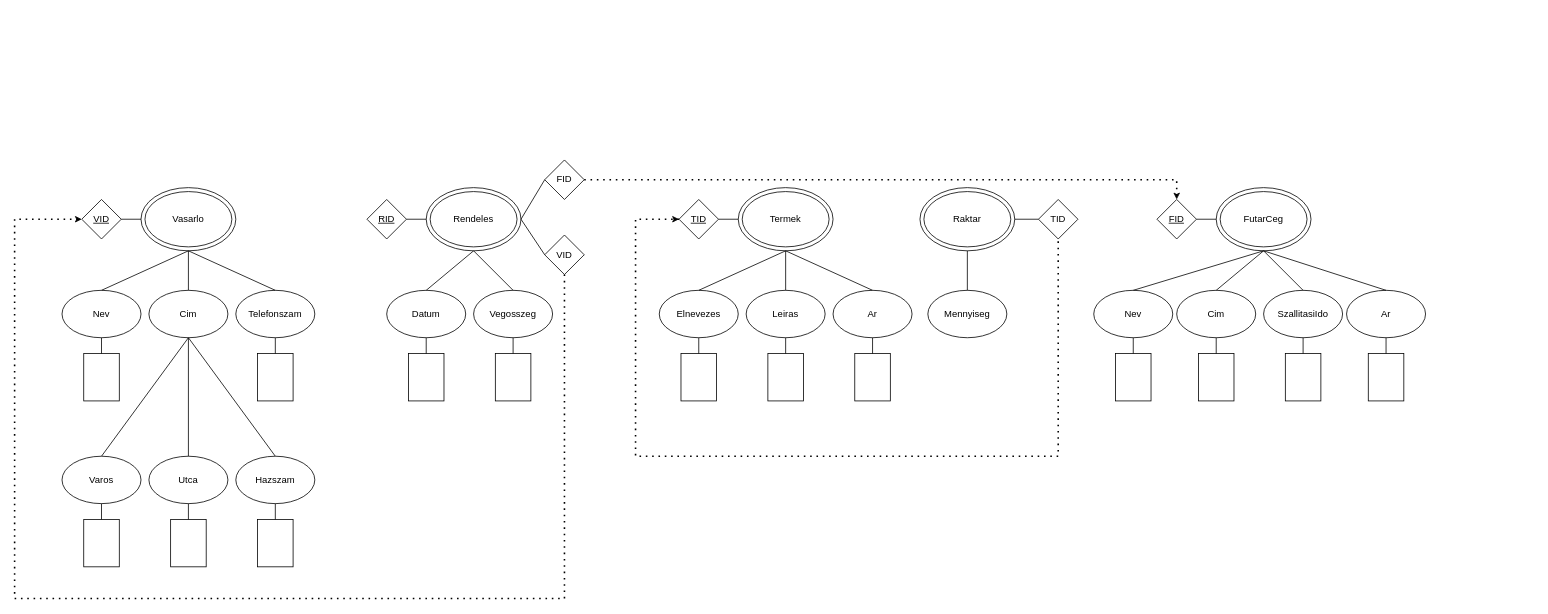
Above: XMLTaskTRNA8A/TRNA8AXDM.drawio in KKrisztofer/TRNA8A_XMLGyak (draw.io), before the change. Source tidied: cells renumbered, new cells numbered last; positions are measured from the earlier drawing's top-left corner, leaving out a move shared by most shapes. Both pictures are drawn from the tidied source at 79%, with x=0, y=0 at pixel (14, 160).
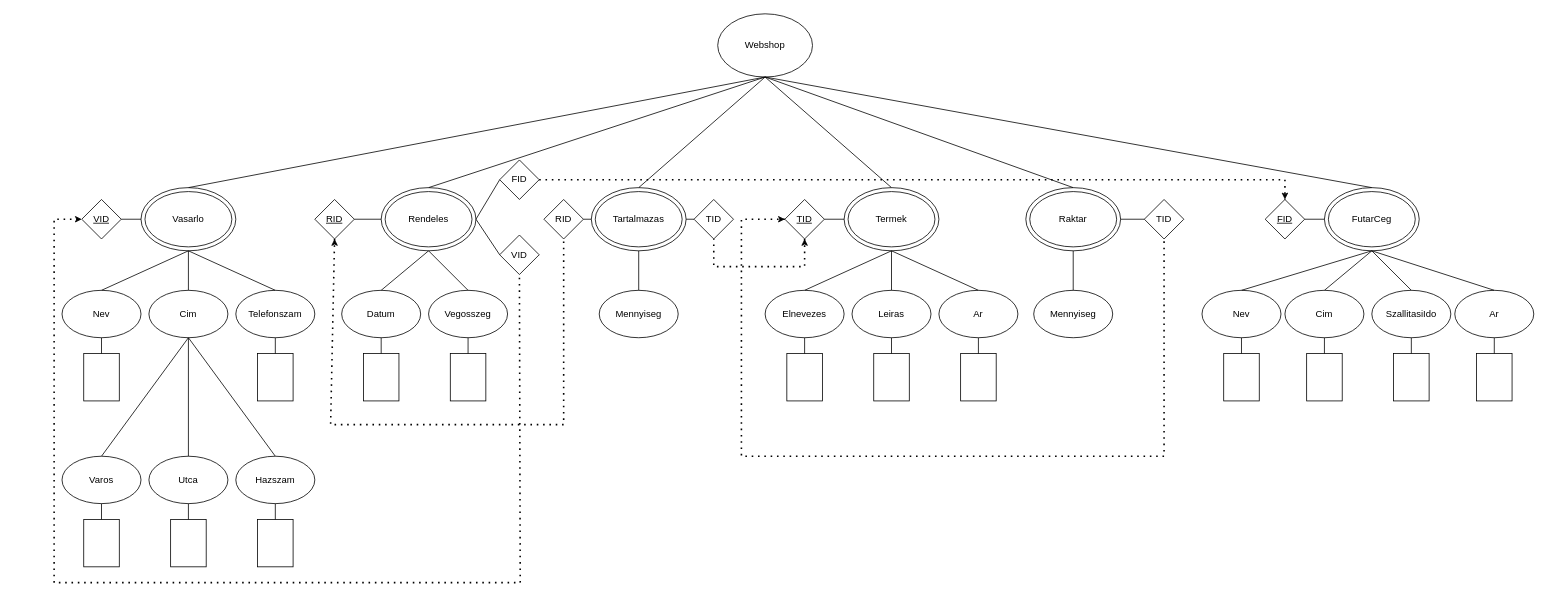
Above is the later version.

Unchanged cells that the change refers to:
```xml
<mxCell id="3" style="ellipse;whiteSpace=wrap;html=1;" parent="2" vertex="1">
  <mxGeometry width="120" height="80" as="geometry" />
</mxCell>
<mxCell id="30" style="ellipse;whiteSpace=wrap;html=1;" parent="29" vertex="1">
  <mxGeometry width="120" height="80" as="geometry" />
</mxCell>
<mxCell id="47" style="ellipse;whiteSpace=wrap;html=1;" parent="46" vertex="1">
  <mxGeometry width="120" height="80" as="geometry" />
</mxCell>
<mxCell id="62" style="ellipse;whiteSpace=wrap;html=1;" parent="61" vertex="1">
  <mxGeometry width="120" height="80" as="geometry" />
</mxCell>
<mxCell id="83" style="ellipse;whiteSpace=wrap;html=1;" parent="82" vertex="1">
  <mxGeometry width="120" height="80" as="geometry" />
</mxCell>
```

Diff of the diagram source:
```diff
@@
     <mxCell id="29" style="group;" parent="1" vertex="1">
-      <mxGeometry x="916" y="35" width="120" height="80" as="geometry" />
+      <mxGeometry x="1050" y="35" width="120" height="80" as="geometry" />
     </mxCell>
@@
     <mxCell id="32" value="Elnevezes" style="ellipse;whiteSpace=wrap;html=1;" parent="1" vertex="1">
-      <mxGeometry x="816" y="165" width="100" height="60" as="geometry" />
+      <mxGeometry x="950" y="165" width="100" height="60" as="geometry" />
     </mxCell>
     <mxCell id="33" value="Leiras" style="ellipse;whiteSpace=wrap;html=1;" parent="1" vertex="1">
-      <mxGeometry x="926" y="165" width="100" height="60" as="geometry" />
+      <mxGeometry x="1060" y="165" width="100" height="60" as="geometry" />
     </mxCell>
     <mxCell id="34" value="Ar" style="ellipse;whiteSpace=wrap;html=1;" parent="1" vertex="1">
-      <mxGeometry x="1036" y="165" width="100" height="60" as="geometry" />
+      <mxGeometry x="1170" y="165" width="100" height="60" as="geometry" />
     </mxCell>
     <mxCell id="35" style="endArrow=none;html=1;rounded=0;exitX=0.5;exitY=0;exitDx=0;exitDy=0;" parent="1" edge="1" source="32">
       <mxGeometry relative="1" as="geometry">
-        <mxPoint x="976" y="115" as="targetPoint" />
+        <mxPoint x="1110" y="115" as="targetPoint" />
       </mxGeometry>
     </mxCell>
     <mxCell id="36" style="endArrow=none;html=1;rounded=0;exitX=0.5;exitY=0;exitDx=0;exitDy=0;" parent="1" edge="1" source="33">
       <mxGeometry relative="1" as="geometry">
-        <mxPoint x="976" y="115" as="targetPoint" />
+        <mxPoint x="1110" y="115" as="targetPoint" />
       </mxGeometry>
     </mxCell>
     <mxCell id="37" style="endArrow=none;html=1;rounded=0;exitX=0.5;exitY=0;exitDx=0;exitDy=0;" parent="1" edge="1" source="34">
       <mxGeometry relative="1" as="geometry">
-        <mxPoint x="976" y="115" as="targetPoint" />
+        <mxPoint x="1110" y="115" as="targetPoint" />
       </mxGeometry>
     </mxCell>
     <mxCell id="38" value="TID" style="rhombus;whiteSpace=wrap;html=1;fontStyle=4;" parent="1" vertex="1">
-      <mxGeometry x="841" y="50" width="50" height="50" as="geometry" />
+      <mxGeometry x="975" y="50" width="50" height="50" as="geometry" />
     </mxCell>
@@
     <mxCell id="40" style="rounded=0;whiteSpace=wrap;html=1;" parent="1" vertex="1">
-      <mxGeometry x="843.5" y="245" width="45" height="60" as="geometry" />
+      <mxGeometry x="977.5" y="245" width="45" height="60" as="geometry" />
     </mxCell>
     <mxCell id="41" style="rounded=0;whiteSpace=wrap;html=1;" parent="1" vertex="1">
-      <mxGeometry x="1063.5" y="245" width="45" height="60" as="geometry" />
+      <mxGeometry x="1197.5" y="245" width="45" height="60" as="geometry" />
     </mxCell>
@@
     <mxCell id="44" style="rounded=0;whiteSpace=wrap;html=1;" parent="1" vertex="1">
-      <mxGeometry x="953.5" y="245" width="45" height="60" as="geometry" />
+      <mxGeometry x="1087.5" y="245" width="45" height="60" as="geometry" />
     </mxCell>
@@
     <mxCell id="46" style="group;" parent="1" vertex="1">
-      <mxGeometry x="521" y="35" width="120" height="80" as="geometry" />
+      <mxGeometry x="464" y="35" width="120" height="80" as="geometry" />
     </mxCell>
@@
     <mxCell id="49" value="Datum" style="ellipse;whiteSpace=wrap;html=1;" parent="1" vertex="1">
-      <mxGeometry x="471" y="165" width="100" height="60" as="geometry" />
+      <mxGeometry x="414" y="165" width="100" height="60" as="geometry" />
     </mxCell>
     <mxCell id="50" value="Vegosszeg" style="ellipse;whiteSpace=wrap;html=1;" parent="1" vertex="1">
-      <mxGeometry x="581" y="165" width="100" height="60" as="geometry" />
+      <mxGeometry x="524" y="165" width="100" height="60" as="geometry" />
     </mxCell>
     <mxCell id="51" style="endArrow=none;html=1;rounded=0;exitX=0.5;exitY=0;exitDx=0;exitDy=0;" parent="1" edge="1" source="49">
       <mxGeometry relative="1" as="geometry">
-        <mxPoint x="581" y="115" as="targetPoint" />
+        <mxPoint x="524" y="115" as="targetPoint" />
       </mxGeometry>
     </mxCell>
     <mxCell id="52" style="endArrow=none;html=1;rounded=0;exitX=0.5;exitY=0;exitDx=0;exitDy=0;" parent="1" edge="1" source="50">
       <mxGeometry relative="1" as="geometry">
-        <mxPoint x="581" y="115" as="targetPoint" />
+        <mxPoint x="524" y="115" as="targetPoint" />
       </mxGeometry>
     </mxCell>
     <mxCell id="53" value="RID" style="rhombus;whiteSpace=wrap;html=1;fontStyle=4;" parent="1" vertex="1">
-      <mxGeometry x="446" y="50" width="50" height="50" as="geometry" />
+      <mxGeometry x="380" y="50" width="50" height="50" as="geometry" />
     </mxCell>
@@
     <mxCell id="55" style="rounded=0;whiteSpace=wrap;html=1;" parent="1" vertex="1">
-      <mxGeometry x="498.5" y="245" width="45" height="60" as="geometry" />
+      <mxGeometry x="441.5" y="245" width="45" height="60" as="geometry" />
     </mxCell>
     <mxCell id="56" style="rounded=0;whiteSpace=wrap;html=1;" parent="1" vertex="1">
-      <mxGeometry x="608.5" y="245" width="45" height="60" as="geometry" />
+      <mxGeometry x="551.5" y="245" width="45" height="60" as="geometry" />
     </mxCell>
@@
     <mxCell id="59" value="VID" style="rhombus;whiteSpace=wrap;html=1;rotation=0;" parent="1" vertex="1">
-      <mxGeometry x="671" y="95" width="50" height="50" as="geometry" />
+      <mxGeometry x="614" y="95" width="50" height="50" as="geometry" />
     </mxCell>
@@
     <mxCell id="61" style="group;" parent="1" vertex="1">
-      <mxGeometry x="1521" y="35" width="120" height="80" as="geometry" />
+      <mxGeometry x="1658" y="35" width="120" height="80" as="geometry" />
     </mxCell>
@@
     <mxCell id="64" value="Cim" style="ellipse;whiteSpace=wrap;html=1;" parent="1" vertex="1">
-      <mxGeometry x="1471" y="165" width="100" height="60" as="geometry" />
+      <mxGeometry x="1608" y="165" width="100" height="60" as="geometry" />
     </mxCell>
     <mxCell id="65" value="SzallitasiIdo" style="ellipse;whiteSpace=wrap;html=1;" parent="1" vertex="1">
-      <mxGeometry x="1581" y="165" width="100" height="60" as="geometry" />
+      <mxGeometry x="1718" y="165" width="100" height="60" as="geometry" />
     </mxCell>
     <mxCell id="66" style="endArrow=none;html=1;rounded=0;exitX=0.5;exitY=0;exitDx=0;exitDy=0;" parent="1" edge="1" source="64">
       <mxGeometry relative="1" as="geometry">
-        <mxPoint x="1581" y="115" as="targetPoint" />
+        <mxPoint x="1718" y="115" as="targetPoint" />
       </mxGeometry>
     </mxCell>
     <mxCell id="67" style="endArrow=none;html=1;rounded=0;exitX=0.5;exitY=0;exitDx=0;exitDy=0;" parent="1" edge="1" source="65">
       <mxGeometry relative="1" as="geometry">
-        <mxPoint x="1581" y="115" as="targetPoint" />
+        <mxPoint x="1718" y="115" as="targetPoint" />
       </mxGeometry>
     </mxCell>
     <mxCell id="68" value="FID" style="rhombus;whiteSpace=wrap;html=1;fontStyle=4;" parent="1" vertex="1">
-      <mxGeometry x="1446" y="50" width="50" height="50" as="geometry" />
+      <mxGeometry x="1583" y="50" width="50" height="50" as="geometry" />
     </mxCell>
@@
     <mxCell id="70" style="rounded=0;whiteSpace=wrap;html=1;" parent="1" vertex="1">
-      <mxGeometry x="1498.5" y="245" width="45" height="60" as="geometry" />
+      <mxGeometry x="1635.5" y="245" width="45" height="60" as="geometry" />
     </mxCell>
     <mxCell id="71" style="rounded=0;whiteSpace=wrap;html=1;" parent="1" vertex="1">
-      <mxGeometry x="1608.5" y="245" width="45" height="60" as="geometry" />
+      <mxGeometry x="1745.5" y="245" width="45" height="60" as="geometry" />
     </mxCell>
@@
     <mxCell id="74" value="Ar" style="ellipse;whiteSpace=wrap;html=1;" parent="1" vertex="1">
-      <mxGeometry x="1686" y="165" width="100" height="60" as="geometry" />
+      <mxGeometry x="1823" y="165" width="100" height="60" as="geometry" />
     </mxCell>
     <mxCell id="75" style="rounded=0;whiteSpace=wrap;html=1;" parent="1" vertex="1">
-      <mxGeometry x="1713.5" y="245" width="45" height="60" as="geometry" />
+      <mxGeometry x="1850.5" y="245" width="45" height="60" as="geometry" />
     </mxCell>
@@
     <mxCell id="77" value="Nev" style="ellipse;whiteSpace=wrap;html=1;" parent="1" vertex="1">
-      <mxGeometry x="1366" y="165" width="100" height="60" as="geometry" />
+      <mxGeometry x="1503" y="165" width="100" height="60" as="geometry" />
     </mxCell>
     <mxCell id="78" style="rounded=0;whiteSpace=wrap;html=1;" parent="1" vertex="1">
-      <mxGeometry x="1393.5" y="245" width="45" height="60" as="geometry" />
+      <mxGeometry x="1530.5" y="245" width="45" height="60" as="geometry" />
     </mxCell>
@@
     <mxCell id="82" style="group;" parent="1" vertex="1">
-      <mxGeometry x="1146" y="35" width="120" height="80" as="geometry" />
+      <mxGeometry x="1280" y="35" width="120" height="80" as="geometry" />
     </mxCell>
@@
     <mxCell id="85" value="Mennyiseg" style="ellipse;whiteSpace=wrap;html=1;" parent="1" vertex="1">
-      <mxGeometry x="1156" y="165" width="100" height="60" as="geometry" />
+      <mxGeometry x="1290" y="165" width="100" height="60" as="geometry" />
     </mxCell>
     <mxCell id="86" style="endArrow=none;html=1;rounded=0;exitX=0.5;exitY=0;exitDx=0;exitDy=0;" parent="1" edge="1" source="85">
       <mxGeometry relative="1" as="geometry">
-        <mxPoint x="1206" y="115" as="targetPoint" />
+        <mxPoint x="1340" y="115" as="targetPoint" />
       </mxGeometry>
     </mxCell>
     <mxCell id="87" value="TID" style="rhombus;whiteSpace=wrap;html=1;fontStyle=0;" parent="1" vertex="1">
-      <mxGeometry x="1296" y="50" width="50" height="50" as="geometry" />
+      <mxGeometry x="1430" y="50" width="50" height="50" as="geometry" />
     </mxCell>
@@
     <mxCell id="89" style="endArrow=none;dashed=1;html=1;dashPattern=1 3;strokeWidth=2;rounded=0;entryX=0.5;entryY=1;entryDx=0;entryDy=0;exitX=0;exitY=0.5;exitDx=0;exitDy=0;" parent="1" edge="1" source="38" target="87">
       <mxGeometry relative="1" as="geometry">
         <Array as="points">
-          <mxPoint x="786" y="75" />
-          <mxPoint x="786" y="375" />
-          <mxPoint x="1321" y="375" />
+          <mxPoint x="920" y="75" />
+          <mxPoint x="920" y="375" />
+          <mxPoint x="1455" y="375" />
         </Array>
       </mxGeometry>
     </mxCell>
-    <mxCell id="90" value="FID" style="rhombus;whiteSpace=wrap;html=1;" parent="1" vertex="1">
-      <mxGeometry x="671" width="50" height="50" as="geometry" />
+    <mxCell id="90" value="FID" style="rhombus;whiteSpace=wrap;html=1;strokeColor=default;sketch=0;fillStyle=auto;fontStyle=0;" parent="1" vertex="1">
+      <mxGeometry x="614" width="50" height="50" as="geometry" />
     </mxCell>
@@
     <mxCell id="92" style="endArrow=none;dashed=1;html=1;dashPattern=1 3;strokeWidth=2;rounded=0;exitX=1;exitY=0.5;exitDx=0;exitDy=0;entryX=0.5;entryY=0;entryDx=0;entryDy=0;" parent="1" edge="1" source="90" target="68">
       <mxGeometry relative="1" as="geometry">
         <Array as="points">
-          <mxPoint x="1471" y="25" />
+          <mxPoint x="1608" y="25" />
         </Array>
       </mxGeometry>
     </mxCell>
     <mxCell id="93" style="endArrow=classic;html=1;rounded=0;entryX=0.5;entryY=0;entryDx=0;entryDy=0;" parent="1" edge="1" target="68">
       <mxGeometry relative="1" as="geometry">
-        <mxPoint x="1471" y="45" as="sourcePoint" />
+        <mxPoint x="1608" y="45" as="sourcePoint" />
       </mxGeometry>
     </mxCell>
     <mxCell id="94" style="endArrow=classic;html=1;rounded=0;entryX=0;entryY=0.5;entryDx=0;entryDy=0;" parent="1" edge="1" target="38">
       <mxGeometry relative="1" as="geometry">
-        <mxPoint x="836" y="75" as="sourcePoint" />
+        <mxPoint x="970" y="75" as="sourcePoint" />
       </mxGeometry>
     </mxCell>
@@
     <mxCell id="96" style="endArrow=none;dashed=1;html=1;dashPattern=1 3;strokeWidth=2;rounded=0;entryX=0.5;entryY=1;entryDx=0;entryDy=0;" parent="1" edge="1" target="59">
       <mxGeometry relative="1" as="geometry">
         <mxPoint x="80" y="75" as="sourcePoint" />
         <Array as="points">
-          <mxPoint y="75" />
-          <mxPoint y="555" />
-          <mxPoint x="696" y="555" />
+          <mxPoint x="50" y="75" />
+          <mxPoint x="50" y="535" />
+          <mxPoint x="640" y="535" />
         </Array>
       </mxGeometry>
     </mxCell>
+    <mxCell id="97" style="group;" parent="1" vertex="1">
+      <mxGeometry x="730" y="35" width="120" height="80" as="geometry" />
+    </mxCell>
+    <mxCell id="98" style="ellipse;whiteSpace=wrap;html=1;" parent="97" vertex="1">
+      <mxGeometry width="120" height="80" as="geometry" />
+    </mxCell>
+    <mxCell id="99" value="Tartalmazas" style="ellipse;whiteSpace=wrap;html=1;" parent="97" vertex="1">
+      <mxGeometry x="5" y="5" width="110" height="70" as="geometry" />
+    </mxCell>
+    <mxCell id="100" value="RID" style="rhombus;whiteSpace=wrap;html=1;" parent="1" vertex="1">
+      <mxGeometry x="670" y="50" width="50" height="50" as="geometry" />
+    </mxCell>
+    <mxCell id="101" value="TID" style="rhombus;whiteSpace=wrap;html=1;" parent="1" vertex="1">
+      <mxGeometry x="860" y="50" width="50" height="50" as="geometry" />
+    </mxCell>
+    <mxCell id="102" style="endArrow=none;dashed=1;html=1;dashPattern=1 3;strokeWidth=2;rounded=0;entryX=0.5;entryY=1;entryDx=0;entryDy=0;exitX=0.5;exitY=1;exitDx=0;exitDy=0;" parent="1" edge="1" source="38" target="101">
+      <mxGeometry relative="1" as="geometry">
+        <Array as="points">
+          <mxPoint x="1000" y="135" />
+          <mxPoint x="885" y="135" />
+        </Array>
+      </mxGeometry>
+    </mxCell>
+    <mxCell id="103" style="endArrow=classic;html=1;rounded=0;entryX=0.5;entryY=1;entryDx=0;entryDy=0;" parent="1" edge="1" target="38">
+      <mxGeometry relative="1" as="geometry">
+        <mxPoint x="1000" y="105" as="sourcePoint" />
+      </mxGeometry>
+    </mxCell>
+    <mxCell id="104" style="endArrow=none;dashed=1;html=1;dashPattern=1 3;strokeWidth=2;rounded=0;entryX=0.5;entryY=1;entryDx=0;entryDy=0;exitX=0.5;exitY=1;exitDx=0;exitDy=0;" parent="1" edge="1" source="53" target="100">
+      <mxGeometry relative="1" as="geometry">
+        <Array as="points">
+          <mxPoint x="400" y="335" />
+          <mxPoint x="410" y="335" />
+          <mxPoint x="695" y="335" />
+        </Array>
+      </mxGeometry>
+    </mxCell>
+    <mxCell id="105" style="endArrow=classic;html=1;rounded=0;entryX=0.5;entryY=1;entryDx=0;entryDy=0;" parent="1" edge="1" target="53">
+      <mxGeometry relative="1" as="geometry">
+        <mxPoint x="405" y="105" as="sourcePoint" />
+      </mxGeometry>
+    </mxCell>
+    <mxCell id="106" style="endArrow=none;html=1;rounded=0;entryX=1;entryY=0.5;entryDx=0;entryDy=0;exitX=0;exitY=0.5;exitDx=0;exitDy=0;" parent="1" edge="1" source="98" target="100">
+      <mxGeometry relative="1" as="geometry" />
+    </mxCell>
+    <mxCell id="107" style="endArrow=none;html=1;rounded=0;entryX=0;entryY=0.5;entryDx=0;entryDy=0;exitX=1;exitY=0.5;exitDx=0;exitDy=0;" parent="1" edge="1" source="98" target="101">
+      <mxGeometry relative="1" as="geometry" />
+    </mxCell>
+    <mxCell id="108" value="Webshop" style="ellipse;whiteSpace=wrap;html=1;sketch=0;fillStyle=auto;strokeColor=default;" parent="1" vertex="1">
+      <mxGeometry x="890" y="-185" width="120" height="80" as="geometry" />
+    </mxCell>
+    <mxCell id="109" style="endArrow=none;html=1;rounded=0;exitX=0.5;exitY=0;exitDx=0;exitDy=0;entryX=0.5;entryY=1;entryDx=0;entryDy=0;" parent="1" edge="1" source="3" target="108">
+      <mxGeometry relative="1" as="geometry" />
+    </mxCell>
+    <mxCell id="110" style="endArrow=none;html=1;rounded=0;exitX=0.5;exitY=0;exitDx=0;exitDy=0;" parent="1" edge="1" source="47">
+      <mxGeometry relative="1" as="geometry">
+        <mxPoint x="950" y="-105" as="targetPoint" />
+      </mxGeometry>
+    </mxCell>
+    <mxCell id="111" style="endArrow=none;html=1;rounded=0;exitX=0.5;exitY=0;exitDx=0;exitDy=0;entryX=0.5;entryY=1;entryDx=0;entryDy=0;" parent="1" edge="1" source="98" target="108">
+      <mxGeometry relative="1" as="geometry" />
+    </mxCell>
+    <mxCell id="112" style="endArrow=none;html=1;rounded=0;exitX=0.5;exitY=0;exitDx=0;exitDy=0;" parent="1" edge="1" source="30">
+      <mxGeometry relative="1" as="geometry">
+        <mxPoint x="950" y="-105" as="targetPoint" />
+      </mxGeometry>
+    </mxCell>
+    <mxCell id="113" style="endArrow=none;html=1;rounded=0;entryX=0.5;entryY=0;entryDx=0;entryDy=0;" parent="1" edge="1" target="83">
+      <mxGeometry relative="1" as="geometry">
+        <mxPoint x="950" y="-105" as="sourcePoint" />
+      </mxGeometry>
+    </mxCell>
+    <mxCell id="114" style="endArrow=none;html=1;rounded=0;entryX=0.5;entryY=0;entryDx=0;entryDy=0;" parent="1" edge="1" target="62">
+      <mxGeometry relative="1" as="geometry">
+        <mxPoint x="950" y="-105" as="sourcePoint" />
+      </mxGeometry>
+    </mxCell>
+    <mxCell id="115" value="Mennyiseg" style="ellipse;whiteSpace=wrap;html=1;" parent="1" vertex="1">
+      <mxGeometry x="740" y="165" width="100" height="60" as="geometry" />
+    </mxCell>
+    <mxCell id="116" style="endArrow=none;html=1;rounded=0;exitX=0.5;exitY=0;exitDx=0;exitDy=0;entryX=0.5;entryY=1;entryDx=0;entryDy=0;" parent="1" edge="1" source="115" target="98">
+      <mxGeometry relative="1" as="geometry" />
+    </mxCell>
```
